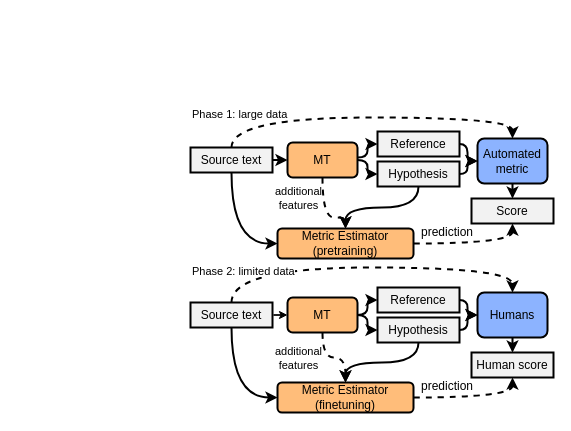
This is meta/pipeline.drawio from zouharvi/mt-metric-estimation, a draw.io file, before an edit. Source tidied: cells renumbered, new cells numbered last; positions are measured from the earlier drawing's top-left corner, leaving out a move shared by most shapes. Both pictures are drawn from the tidied source at 100%, with x=0, y=0 at pixel (190, 99).
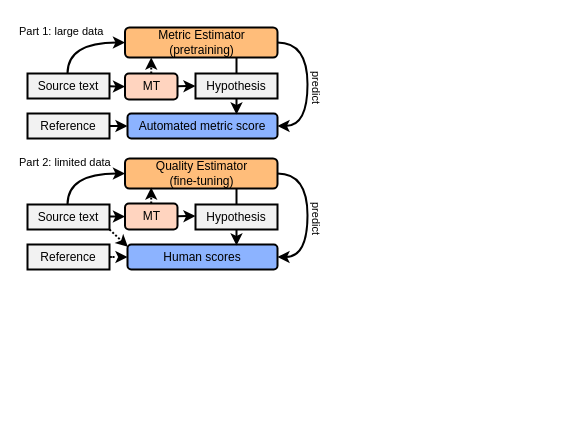
Above is the later version.

The edit, as a diff of the source:
```diff
@@
-    <mxCell id="2" style="edgeStyle=none;rounded=0;jettySize=auto;html=1;strokeWidth=2;" parent="1" edge="1" source="5" target="11">
-      <mxGeometry relative="1" as="geometry" />
-    </mxCell>
-    <mxCell id="3" style="edgeStyle=orthogonalEdgeStyle;rounded=0;jettySize=auto;html=1;entryX=0;entryY=0.5;entryDx=0;entryDy=0;curved=1;exitX=0.5;exitY=1;exitDx=0;exitDy=0;strokeWidth=2;" parent="1" edge="1" source="5" target="13">
+    <mxCell id="3" style="edgeStyle=orthogonalEdgeStyle;rounded=0;jettySize=auto;html=1;entryX=0;entryY=0.5;entryDx=0;entryDy=0;curved=1;strokeWidth=2;" parent="1" edge="1" source="5" target="13">
       <mxGeometry relative="1" as="geometry">
         <Array as="points">
-          <mxPoint x="41" y="144" />
+          <mxPoint x="-123" y="-57" />
         </Array>
       </mxGeometry>
     </mxCell>
-    <mxCell id="4" style="edgeStyle=orthogonalEdgeStyle;curved=1;rounded=0;jettySize=auto;html=1;entryX=0.5;entryY=0;entryDx=0;entryDy=0;dashed=1;exitX=0.5;exitY=0;exitDx=0;exitDy=0;strokeWidth=2;" parent="1" edge="1" source="5" target="20">
-      <mxGeometry relative="1" as="geometry">
-        <Array as="points">
-          <mxPoint x="41" y="18" />
-          <mxPoint x="322" y="18" />
-        </Array>
-      </mxGeometry>
-    </mxCell>
+    <mxCell id="44" style="edgeStyle=none;rounded=0;jettySize=auto;html=1;entryX=0;entryY=0.5;entryDx=0;entryDy=0;strokeWidth=2;" parent="1" edge="1" source="5" target="49">
+      <mxGeometry relative="1" as="geometry" />
+    </mxCell>
     <mxCell id="5" value="&lt;span style=&quot;font-size: 12px;&quot;&gt;Source text&lt;/span&gt;" style="rounded=0;whiteSpace=wrap;html=1;fontSize=10.5;fillColor=#F2F2F2;strokeWidth=2;" parent="1" vertex="1">
-      <mxGeometry y="48" width="82" height="25" as="geometry" />
+      <mxGeometry x="-163" y="-26" width="82" height="25" as="geometry" />
     </mxCell>
-    <mxCell id="6" style="edgeStyle=orthogonalEdgeStyle;curved=1;rounded=0;jettySize=auto;html=1;entryX=0.5;entryY=0;entryDx=0;entryDy=0;dashed=1;strokeWidth=2;" parent="1" edge="1" source="11" target="13">
-      <mxGeometry relative="1" as="geometry">
-        <Array as="points">
-          <mxPoint x="132" y="118" />
-          <mxPoint x="155" y="118" />
-        </Array>
-      </mxGeometry>
-    </mxCell>
-    <mxCell id="7" value="additional&lt;br&gt;features" style="edgeLabel;html=1;align=center;verticalAlign=middle;" parent="6" vertex="1">
-      <mxGeometry x="0.21" y="-5" relative="1" as="geometry">
-        <mxPoint x="-30" y="-25" as="offset" />
-      </mxGeometry>
-    </mxCell>
-    <mxCell id="8" value="additional&lt;br&gt;features" style="edgeLabel;html=1;align=center;verticalAlign=middle;" parent="6" vertex="1">
-      <mxGeometry x="0.21" y="-5" relative="1" as="geometry">
-        <mxPoint x="-30" y="135" as="offset" />
-      </mxGeometry>
-    </mxCell>
-    <mxCell id="9" style="edgeStyle=orthogonalEdgeStyle;curved=1;rounded=0;jettySize=auto;html=1;entryX=0;entryY=0.5;entryDx=0;entryDy=0;strokeWidth=2;" parent="1" edge="1" source="11" target="16">
-      <mxGeometry relative="1" as="geometry">
-        <Array as="points">
-          <mxPoint x="177" y="60" />
-          <mxPoint x="177" y="75" />
-        </Array>
-      </mxGeometry>
-    </mxCell>
-    <mxCell id="10" style="edgeStyle=orthogonalEdgeStyle;rounded=0;jettySize=auto;html=1;entryX=0;entryY=0.5;entryDx=0;entryDy=0;curved=1;strokeWidth=2;" parent="1" edge="1" source="11" target="18">
-      <mxGeometry relative="1" as="geometry">
-        <Array as="points">
-          <mxPoint x="177" y="58" />
-          <mxPoint x="177" y="45" />
-        </Array>
-      </mxGeometry>
-    </mxCell>
-    <mxCell id="11" value="MT" style="rounded=1;whiteSpace=wrap;html=1;fillColor=#FFBD7A;strokeWidth=2;" parent="1" vertex="1">
-      <mxGeometry x="97" y="43" width="70" height="35" as="geometry" />
-    </mxCell>
-    <mxCell id="12" style="edgeStyle=orthogonalEdgeStyle;rounded=0;jettySize=auto;html=1;entryX=0.5;entryY=1;entryDx=0;entryDy=0;curved=1;strokeWidth=2;dashed=1;" parent="1" edge="1" source="13" target="21">
-      <mxGeometry relative="1" as="geometry" />
-    </mxCell>
+    <mxCell id="41" value="&lt;span style=&quot;color: rgb(0, 0, 0); font-family: Helvetica; font-size: 11px; font-style: normal; font-variant-ligatures: normal; font-variant-caps: normal; font-weight: 400; letter-spacing: normal; orphans: 2; text-align: left; text-indent: 0px; text-transform: none; widows: 2; word-spacing: 0px; -webkit-text-stroke-width: 0px; background-color: rgb(255, 255, 255); text-decoration-thickness: initial; text-decoration-style: initial; text-decoration-color: initial; float: none; display: inline !important;&quot;&gt;Part 1: large data&lt;/span&gt;" style="text;whiteSpace=wrap;html=1;" parent="1" vertex="1">
+      <mxGeometry x="-173" y="-82" width="110" height="27.5" as="geometry" />
+    </mxCell>
+    <mxCell id="45" style="edgeStyle=orthogonalEdgeStyle;curved=1;rounded=0;jettySize=auto;html=1;entryX=0;entryY=0.5;entryDx=0;entryDy=0;strokeWidth=2;" parent="1" edge="1" source="46" target="54">
+      <mxGeometry relative="1" as="geometry" />
+    </mxCell>
+    <mxCell id="46" value="&lt;span style=&quot;font-size: 12px;&quot;&gt;Reference&lt;/span&gt;" style="rounded=0;whiteSpace=wrap;html=1;fontSize=10.5;fillColor=#F2F2F2;strokeWidth=2;" parent="1" vertex="1">
+      <mxGeometry x="-163" y="14" width="82" height="25" as="geometry" />
+    </mxCell>
+    <mxCell id="47" style="edgeStyle=none;rounded=0;jettySize=auto;html=1;entryX=0;entryY=0.5;entryDx=0;entryDy=0;strokeWidth=2;" parent="1" edge="1" source="49" target="51">
+      <mxGeometry relative="1" as="geometry" />
+    </mxCell>
+    <mxCell id="48" style="edgeStyle=none;rounded=0;jettySize=auto;html=1;entryX=0.172;entryY=1;entryDx=0;entryDy=0;entryPerimeter=0;strokeWidth=2;dashed=1;dashPattern=1 1;" parent="1" edge="1" source="49" target="13">
+      <mxGeometry relative="1" as="geometry" />
+    </mxCell>
+    <mxCell id="49" value="MT" style="rounded=1;whiteSpace=wrap;html=1;fillColor=#FFD4BF;strokeWidth=2;" parent="1" vertex="1">
+      <mxGeometry x="-65.5" y="-26" width="52.5" height="26" as="geometry" />
+    </mxCell>
+    <mxCell id="50" style="edgeStyle=orthogonalEdgeStyle;curved=1;rounded=0;jettySize=auto;html=1;strokeWidth=2;" parent="1" edge="1" source="51">
+      <mxGeometry relative="1" as="geometry">
+        <mxPoint x="46" y="-42" as="targetPoint" />
+      </mxGeometry>
+    </mxCell>
+    <mxCell id="51" value="&lt;span style=&quot;font-size: 12px;&quot;&gt;Hypothesis&lt;/span&gt;" style="rounded=0;whiteSpace=wrap;html=1;fontSize=10.5;fillColor=#F2F2F2;strokeWidth=2;" parent="1" vertex="1">
+      <mxGeometry x="5" y="-26" width="82" height="25" as="geometry" />
+    </mxCell>
+    <mxCell id="52" style="edgeStyle=orthogonalEdgeStyle;curved=1;rounded=0;jettySize=auto;html=1;entryX=1;entryY=0.5;entryDx=0;entryDy=0;strokeWidth=2;" parent="1" edge="1" source="13" target="54">
+      <mxGeometry relative="1" as="geometry">
+        <Array as="points">
+          <mxPoint x="117" y="-57" />
+          <mxPoint x="117" y="27" />
+        </Array>
+      </mxGeometry>
+    </mxCell>
+    <mxCell id="53" value="predict" style="edgeLabel;html=1;align=center;verticalAlign=middle;rotation=90;" parent="52" vertex="1">
+      <mxGeometry x="0.25" relative="1" as="geometry">
+        <mxPoint x="10" y="-16" as="offset" />
+      </mxGeometry>
+    </mxCell>
     <mxCell id="13" value="Metric Estimator&lt;br&gt;(pretraining)" style="rounded=1;whiteSpace=wrap;html=1;fillColor=#FFBD7A;strokeWidth=2;" parent="1" vertex="1">
-      <mxGeometry x="87" y="129" width="136" height="30" as="geometry" />
+      <mxGeometry x="-65.5" y="-72" width="152.5" height="30" as="geometry" />
     </mxCell>
-    <mxCell id="14" style="edgeStyle=orthogonalEdgeStyle;curved=1;rounded=0;jettySize=auto;html=1;strokeWidth=2;" parent="1" edge="1" source="16" target="13">
-      <mxGeometry relative="1" as="geometry" />
-    </mxCell>
-    <mxCell id="15" style="edgeStyle=orthogonalEdgeStyle;curved=1;rounded=0;jettySize=auto;html=1;entryX=0;entryY=0.5;entryDx=0;entryDy=0;strokeWidth=2;" parent="1" edge="1" source="16" target="20">
-      <mxGeometry relative="1" as="geometry">
-        <Array as="points">
-          <mxPoint x="277" y="75" />
-          <mxPoint x="277" y="62" />
-        </Array>
-      </mxGeometry>
-    </mxCell>
-    <mxCell id="16" value="&lt;span style=&quot;font-size: 12px;&quot;&gt;Hypothesis&lt;/span&gt;" style="rounded=0;whiteSpace=wrap;html=1;fontSize=10.5;fillColor=#F2F2F2;strokeWidth=2;" parent="1" vertex="1">
-      <mxGeometry x="187" y="62" width="82" height="25" as="geometry" />
-    </mxCell>
-    <mxCell id="17" style="edgeStyle=orthogonalEdgeStyle;curved=1;rounded=0;jettySize=auto;html=1;entryX=0;entryY=0.5;entryDx=0;entryDy=0;strokeWidth=2;" parent="1" edge="1" source="18" target="20">
-      <mxGeometry relative="1" as="geometry">
-        <Array as="points">
-          <mxPoint x="277" y="45" />
-          <mxPoint x="277" y="62" />
-        </Array>
-      </mxGeometry>
-    </mxCell>
-    <mxCell id="18" value="&lt;span style=&quot;font-size: 12px;&quot;&gt;Reference&lt;/span&gt;" style="rounded=0;whiteSpace=wrap;html=1;fontSize=10.5;fillColor=#F2F2F2;strokeWidth=2;" parent="1" vertex="1">
-      <mxGeometry x="187" y="32" width="82" height="25" as="geometry" />
-    </mxCell>
-    <mxCell id="19" style="edgeStyle=orthogonalEdgeStyle;rounded=0;jettySize=auto;html=1;entryX=0.5;entryY=0;entryDx=0;entryDy=0;curved=1;strokeWidth=2;" parent="1" edge="1" source="20" target="21">
-      <mxGeometry relative="1" as="geometry" />
-    </mxCell>
-    <mxCell id="20" value="Automated&lt;br&gt;metric" style="rounded=1;whiteSpace=wrap;html=1;fillColor=#8CB3FF;strokeWidth=2;" parent="1" vertex="1">
-      <mxGeometry x="287" y="39" width="70" height="45" as="geometry" />
-    </mxCell>
-    <mxCell id="21" value="&lt;span style=&quot;font-size: 12px;&quot;&gt;Score&lt;/span&gt;" style="rounded=0;whiteSpace=wrap;html=1;fontSize=10.5;fillColor=#F2F2F2;strokeWidth=2;" parent="1" vertex="1">
-      <mxGeometry x="281" y="99" width="82" height="25" as="geometry" />
-    </mxCell>
-    <mxCell id="22" style="edgeStyle=orthogonalEdgeStyle;rounded=0;jettySize=auto;html=1;entryX=0.5;entryY=1;entryDx=0;entryDy=0;curved=1;strokeWidth=2;dashed=1;" parent="1" edge="1" source="23" target="35">
-      <mxGeometry relative="1" as="geometry" />
-    </mxCell>
-    <mxCell id="23" value="Metric Estimator&lt;br&gt;(finetuning)" style="rounded=1;whiteSpace=wrap;html=1;fillColor=#FFBD7A;strokeWidth=2;" parent="1" vertex="1">
-      <mxGeometry x="87" y="283" width="136" height="30" as="geometry" />
-    </mxCell>
-    <mxCell id="24" style="edgeStyle=orthogonalEdgeStyle;curved=1;rounded=0;jettySize=auto;html=1;entryX=0;entryY=0.5;entryDx=0;entryDy=0;strokeWidth=2;" parent="1" edge="1" source="25" target="34">
-      <mxGeometry relative="1" as="geometry">
-        <Array as="points">
-          <mxPoint x="277" y="201" />
-          <mxPoint x="277" y="216" />
-        </Array>
-      </mxGeometry>
-    </mxCell>
-    <mxCell id="25" value="&lt;span style=&quot;font-size: 12px;&quot;&gt;Reference&lt;/span&gt;" style="rounded=0;whiteSpace=wrap;html=1;fontSize=10.5;fillColor=#F2F2F2;strokeWidth=2;" parent="1" vertex="1">
-      <mxGeometry x="187" y="188" width="82" height="25" as="geometry" />
-    </mxCell>
-    <mxCell id="26" style="edgeStyle=orthogonalEdgeStyle;curved=1;rounded=0;jettySize=auto;html=1;strokeWidth=2;" parent="1" edge="1" source="28" target="23">
-      <mxGeometry relative="1" as="geometry" />
-    </mxCell>
-    <mxCell id="27" style="edgeStyle=orthogonalEdgeStyle;curved=1;rounded=0;jettySize=auto;html=1;entryX=0;entryY=0.5;entryDx=0;entryDy=0;strokeWidth=2;" parent="1" edge="1" source="28" target="34">
-      <mxGeometry relative="1" as="geometry">
-        <Array as="points">
-          <mxPoint x="277" y="231" />
-          <mxPoint x="277" y="216" />
-        </Array>
-      </mxGeometry>
-    </mxCell>
-    <mxCell id="28" value="&lt;span style=&quot;font-size: 12px;&quot;&gt;Hypothesis&lt;/span&gt;" style="rounded=0;whiteSpace=wrap;html=1;fontSize=10.5;fillColor=#F2F2F2;strokeWidth=2;" parent="1" vertex="1">
-      <mxGeometry x="187" y="218" width="82" height="25" as="geometry" />
-    </mxCell>
-    <mxCell id="29" style="edgeStyle=orthogonalEdgeStyle;curved=1;rounded=0;jettySize=auto;html=1;entryX=0;entryY=0.5;entryDx=0;entryDy=0;exitX=0.5;exitY=1;exitDx=0;exitDy=0;strokeWidth=2;" parent="1" edge="1" source="32" target="23">
-      <mxGeometry relative="1" as="geometry">
-        <Array as="points">
-          <mxPoint x="41" y="298" />
-        </Array>
-      </mxGeometry>
-    </mxCell>
-    <mxCell id="30" style="edgeStyle=orthogonalEdgeStyle;curved=1;rounded=0;jettySize=auto;html=1;entryX=0;entryY=0.5;entryDx=0;entryDy=0;" parent="1" edge="1" source="32" target="39">
-      <mxGeometry relative="1" as="geometry" />
-    </mxCell>
-    <mxCell id="31" style="edgeStyle=orthogonalEdgeStyle;curved=1;rounded=0;jettySize=auto;html=1;entryX=0.5;entryY=0;entryDx=0;entryDy=0;dashed=1;strokeWidth=2;" parent="1" edge="1" source="32" target="34">
-      <mxGeometry relative="1" as="geometry">
-        <Array as="points">
-          <mxPoint x="41" y="168" />
-          <mxPoint x="322" y="168" />
-        </Array>
-      </mxGeometry>
-    </mxCell>
+    <mxCell id="54" value="Automated metric score" style="rounded=1;whiteSpace=wrap;html=1;fillColor=#8CB3FF;strokeWidth=2;" parent="1" vertex="1">
+      <mxGeometry x="-63" y="14" width="150" height="25" as="geometry" />
+    </mxCell>
+    <mxCell id="55" style="edgeStyle=orthogonalEdgeStyle;curved=1;rounded=0;orthogonalLoop=1;jettySize=auto;html=1;strokeWidth=2;" parent="1" edge="1">
+      <mxGeometry relative="1" as="geometry">
+        <mxPoint x="46" y="-1" as="sourcePoint" />
+        <mxPoint x="46" y="15" as="targetPoint" />
+      </mxGeometry>
+    </mxCell>
+    <mxCell id="56" style="edgeStyle=orthogonalEdgeStyle;rounded=0;jettySize=auto;html=1;entryX=0;entryY=0.5;entryDx=0;entryDy=0;curved=1;strokeWidth=2;" parent="1" edge="1" source="32" target="65">
+      <mxGeometry relative="1" as="geometry">
+        <Array as="points">
+          <mxPoint x="-123" y="74" />
+        </Array>
+      </mxGeometry>
+    </mxCell>
+    <mxCell id="57" style="rounded=0;jettySize=auto;html=1;entryX=0.003;entryY=0.098;entryDx=0;entryDy=0;strokeWidth=2;exitX=1;exitY=1;exitDx=0;exitDy=0;entryPerimeter=0;dashed=1;dashPattern=1 1;" parent="1" edge="1" source="32" target="66">
+      <mxGeometry relative="1" as="geometry" />
+    </mxCell>
     <mxCell id="32" value="&lt;span style=&quot;font-size: 12px;&quot;&gt;Source text&lt;/span&gt;" style="rounded=0;whiteSpace=wrap;html=1;fontSize=10.5;fillColor=#F2F2F2;strokeWidth=2;" parent="1" vertex="1">
-      <mxGeometry y="203" width="82" height="25" as="geometry" />
+      <mxGeometry x="-163" y="105" width="82" height="25" as="geometry" />
     </mxCell>
-    <mxCell id="33" style="edgeStyle=orthogonalEdgeStyle;curved=1;rounded=0;jettySize=auto;html=1;entryX=0.5;entryY=0;entryDx=0;entryDy=0;strokeWidth=2;" parent="1" edge="1" source="34" target="35">
-      <mxGeometry relative="1" as="geometry" />
-    </mxCell>
-    <mxCell id="34" value="Humans" style="rounded=1;whiteSpace=wrap;html=1;fillColor=#8CB3FF;strokeWidth=2;" parent="1" vertex="1">
-      <mxGeometry x="287" y="193" width="70" height="45" as="geometry" />
-    </mxCell>
-    <mxCell id="35" value="&lt;span style=&quot;font-size: 12px;&quot;&gt;Human score&lt;/span&gt;" style="rounded=0;whiteSpace=wrap;html=1;fontSize=10.5;fillColor=#F2F2F2;strokeWidth=2;" parent="1" vertex="1">
-      <mxGeometry x="281" y="253" width="82" height="25" as="geometry" />
-    </mxCell>
-    <mxCell id="36" style="edgeStyle=orthogonalEdgeStyle;curved=1;rounded=0;jettySize=auto;html=1;entryX=0.5;entryY=0;entryDx=0;entryDy=0;dashed=1;strokeWidth=2;" parent="1" edge="1" source="39" target="23">
-      <mxGeometry relative="1" as="geometry" />
-    </mxCell>
-    <mxCell id="37" style="edgeStyle=orthogonalEdgeStyle;curved=1;rounded=0;jettySize=auto;html=1;entryX=0;entryY=0.5;entryDx=0;entryDy=0;strokeWidth=2;" parent="1" edge="1" source="39" target="28">
-      <mxGeometry relative="1" as="geometry">
-        <Array as="points">
-          <mxPoint x="177" y="216" />
-          <mxPoint x="177" y="231" />
-        </Array>
-      </mxGeometry>
-    </mxCell>
-    <mxCell id="38" style="edgeStyle=orthogonalEdgeStyle;curved=1;rounded=0;jettySize=auto;html=1;entryX=0;entryY=0.5;entryDx=0;entryDy=0;strokeWidth=2;" parent="1" edge="1" source="39" target="25">
-      <mxGeometry relative="1" as="geometry">
-        <Array as="points">
-          <mxPoint x="177" y="216" />
-          <mxPoint x="177" y="201" />
-        </Array>
-      </mxGeometry>
-    </mxCell>
-    <mxCell id="39" value="MT" style="rounded=1;whiteSpace=wrap;html=1;fillColor=#FFBD7A;strokeWidth=2;" parent="1" vertex="1">
-      <mxGeometry x="97" y="198" width="70" height="35" as="geometry" />
-    </mxCell>
-    <mxCell id="40" value="&lt;span style=&quot;color: rgb(0, 0, 0); font-family: Helvetica; font-size: 11px; font-style: normal; font-variant-ligatures: normal; font-variant-caps: normal; font-weight: 400; letter-spacing: normal; orphans: 2; text-align: left; text-indent: 0px; text-transform: none; widows: 2; word-spacing: 0px; -webkit-text-stroke-width: 0px; background-color: rgb(255, 255, 255); text-decoration-thickness: initial; text-decoration-style: initial; text-decoration-color: initial; float: none; display: inline !important;&quot;&gt;Phase 2: limited data&lt;/span&gt;" style="text;whiteSpace=wrap;html=1;" parent="1" vertex="1">
-      <mxGeometry y="158" width="140" height="20" as="geometry" />
-    </mxCell>
-    <mxCell id="41" value="&lt;span style=&quot;color: rgb(0, 0, 0); font-family: Helvetica; font-size: 11px; font-style: normal; font-variant-ligatures: normal; font-variant-caps: normal; font-weight: 400; letter-spacing: normal; orphans: 2; text-align: left; text-indent: 0px; text-transform: none; widows: 2; word-spacing: 0px; -webkit-text-stroke-width: 0px; background-color: rgb(255, 255, 255); text-decoration-thickness: initial; text-decoration-style: initial; text-decoration-color: initial; float: none; display: inline !important;&quot;&gt;Phase 1: large data&lt;/span&gt;" style="text;whiteSpace=wrap;html=1;" parent="1" vertex="1">
-      <mxGeometry y="0.5" width="105" height="27.5" as="geometry" />
-    </mxCell>
-    <mxCell id="42" value="prediction" style="text;html=1;strokeColor=none;fillColor=none;align=center;verticalAlign=middle;whiteSpace=wrap;rounded=0;" parent="1" vertex="1">
-      <mxGeometry x="227" y="272" width="60" height="30" as="geometry" />
-    </mxCell>
-    <mxCell id="43" value="prediction" style="text;html=1;strokeColor=none;fillColor=none;align=center;verticalAlign=middle;whiteSpace=wrap;rounded=0;" parent="1" vertex="1">
-      <mxGeometry x="227" y="118" width="60" height="30" as="geometry" />
-    </mxCell>
+    <mxCell id="58" value="&lt;span style=&quot;color: rgb(0, 0, 0); font-family: Helvetica; font-size: 11px; font-style: normal; font-variant-ligatures: normal; font-variant-caps: normal; font-weight: 400; letter-spacing: normal; orphans: 2; text-align: left; text-indent: 0px; text-transform: none; widows: 2; word-spacing: 0px; -webkit-text-stroke-width: 0px; background-color: rgb(255, 255, 255); text-decoration-thickness: initial; text-decoration-style: initial; text-decoration-color: initial; float: none; display: inline !important;&quot;&gt;Part 2: limited data&lt;/span&gt;" style="text;whiteSpace=wrap;html=1;" parent="1" vertex="1">
+      <mxGeometry x="-173" y="49" width="110" height="27.5" as="geometry" />
+    </mxCell>
+    <mxCell id="59" style="edgeStyle=orthogonalEdgeStyle;curved=1;rounded=0;jettySize=auto;html=1;entryX=0;entryY=0.5;entryDx=0;entryDy=0;strokeWidth=2;dashed=1;dashPattern=1 4;" parent="1" edge="1" source="60" target="66">
+      <mxGeometry relative="1" as="geometry" />
+    </mxCell>
+    <mxCell id="60" value="&lt;span style=&quot;font-size: 12px;&quot;&gt;Reference&lt;/span&gt;" style="rounded=0;whiteSpace=wrap;html=1;fontSize=10.5;fillColor=#F2F2F2;strokeWidth=2;" parent="1" vertex="1">
+      <mxGeometry x="-163" y="145" width="82" height="25" as="geometry" />
+    </mxCell>
+    <mxCell id="61" style="edgeStyle=orthogonalEdgeStyle;curved=1;rounded=0;jettySize=auto;html=1;strokeWidth=2;" parent="1" edge="1" source="62">
+      <mxGeometry relative="1" as="geometry">
+        <mxPoint x="46" y="89" as="targetPoint" />
+      </mxGeometry>
+    </mxCell>
+    <mxCell id="62" value="&lt;span style=&quot;font-size: 12px;&quot;&gt;Hypothesis&lt;/span&gt;" style="rounded=0;whiteSpace=wrap;html=1;fontSize=10.5;fillColor=#F2F2F2;strokeWidth=2;" parent="1" vertex="1">
+      <mxGeometry x="5" y="105" width="82" height="25" as="geometry" />
+    </mxCell>
+    <mxCell id="63" style="edgeStyle=orthogonalEdgeStyle;curved=1;rounded=0;jettySize=auto;html=1;entryX=1;entryY=0.5;entryDx=0;entryDy=0;strokeWidth=2;" parent="1" edge="1" source="65" target="66">
+      <mxGeometry relative="1" as="geometry">
+        <Array as="points">
+          <mxPoint x="117" y="74" />
+          <mxPoint x="117" y="158" />
+        </Array>
+      </mxGeometry>
+    </mxCell>
+    <mxCell id="64" value="predict" style="edgeLabel;html=1;align=center;verticalAlign=middle;rotation=90;" parent="63" vertex="1">
+      <mxGeometry x="0.25" relative="1" as="geometry">
+        <mxPoint x="10" y="-16" as="offset" />
+      </mxGeometry>
+    </mxCell>
+    <mxCell id="65" value="Quality Estimator&lt;br&gt;(fine-tuning)" style="rounded=1;whiteSpace=wrap;html=1;fillColor=#FFBD7A;strokeWidth=2;" parent="1" vertex="1">
+      <mxGeometry x="-65.5" y="59" width="152.5" height="30" as="geometry" />
+    </mxCell>
+    <mxCell id="66" value="Human scores" style="rounded=1;whiteSpace=wrap;html=1;fillColor=#8CB3FF;strokeWidth=2;" parent="1" vertex="1">
+      <mxGeometry x="-63" y="145" width="150" height="25" as="geometry" />
+    </mxCell>
+    <mxCell id="67" style="edgeStyle=orthogonalEdgeStyle;curved=1;rounded=0;orthogonalLoop=1;jettySize=auto;html=1;strokeWidth=2;" parent="1" edge="1">
+      <mxGeometry relative="1" as="geometry">
+        <mxPoint x="46" y="130" as="sourcePoint" />
+        <mxPoint x="46" y="146" as="targetPoint" />
+      </mxGeometry>
+    </mxCell>
+    <mxCell id="68" style="edgeStyle=none;rounded=0;jettySize=auto;html=1;entryX=0;entryY=0.5;entryDx=0;entryDy=0;strokeWidth=2;" parent="1" edge="1" target="71">
+      <mxGeometry relative="1" as="geometry">
+        <mxPoint x="-81" y="116.9" as="sourcePoint" />
+      </mxGeometry>
+    </mxCell>
+    <mxCell id="69" style="edgeStyle=none;rounded=0;jettySize=auto;html=1;entryX=0;entryY=0.5;entryDx=0;entryDy=0;strokeWidth=2;" parent="1" edge="1" source="71">
+      <mxGeometry relative="1" as="geometry">
+        <mxPoint x="5" y="116.5" as="targetPoint" />
+      </mxGeometry>
+    </mxCell>
+    <mxCell id="70" style="edgeStyle=none;rounded=0;jettySize=auto;html=1;entryX=0.172;entryY=1;entryDx=0;entryDy=0;entryPerimeter=0;strokeWidth=2;dashed=1;dashPattern=1 1;" parent="1" edge="1" source="71">
+      <mxGeometry relative="1" as="geometry">
+        <mxPoint x="-39.3" y="88" as="targetPoint" />
+      </mxGeometry>
+    </mxCell>
+    <mxCell id="71" value="MT" style="rounded=1;whiteSpace=wrap;html=1;fillColor=#FFD4BF;strokeWidth=2;" parent="1" vertex="1">
+      <mxGeometry x="-65.5" y="104" width="52.5" height="26" as="geometry" />
+    </mxCell>
```
